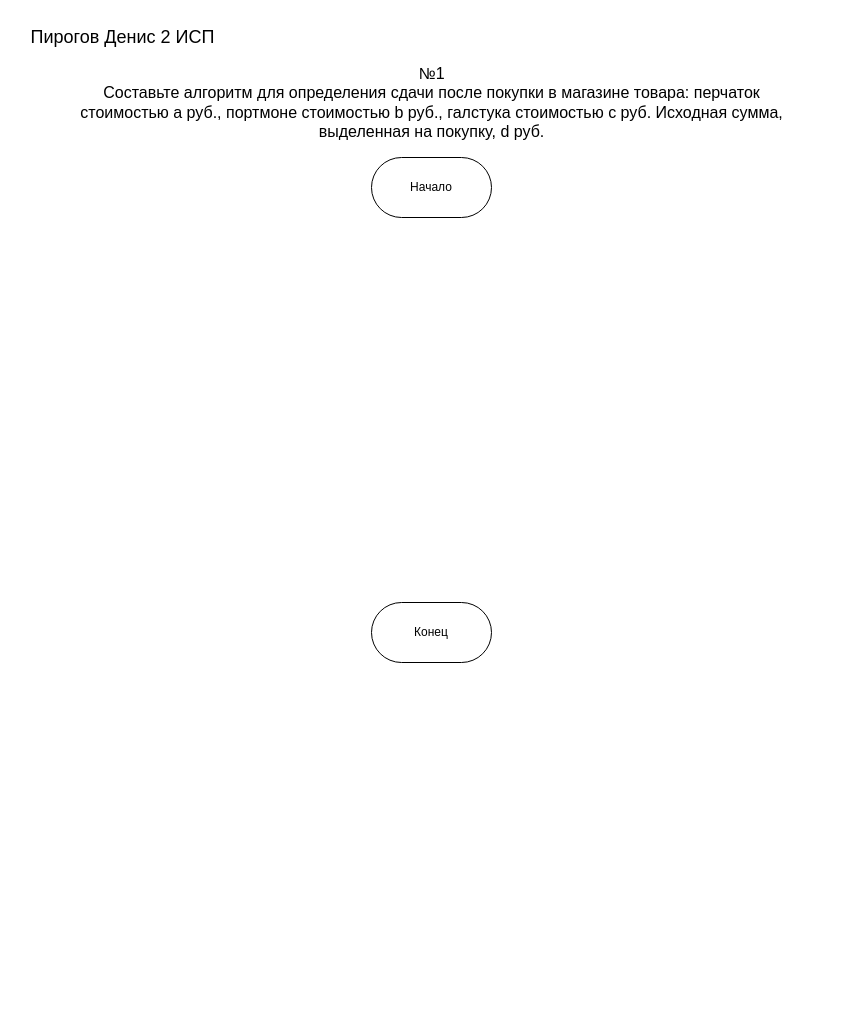
The draw.io diagram page "вариант 2 задание 7" (5 of 5) of pr2 and pr3/pr2.drawio in DeFis33/pr, before the edit. Source tidied: cells renumbered, new cells numbered last; positions are measured from the earlier drawing's top-left corner, leaving out a move shared by most shapes. Both pictures are drawn from the tidied source at 100%, with x=0, y=0 at pixel (17, 17).
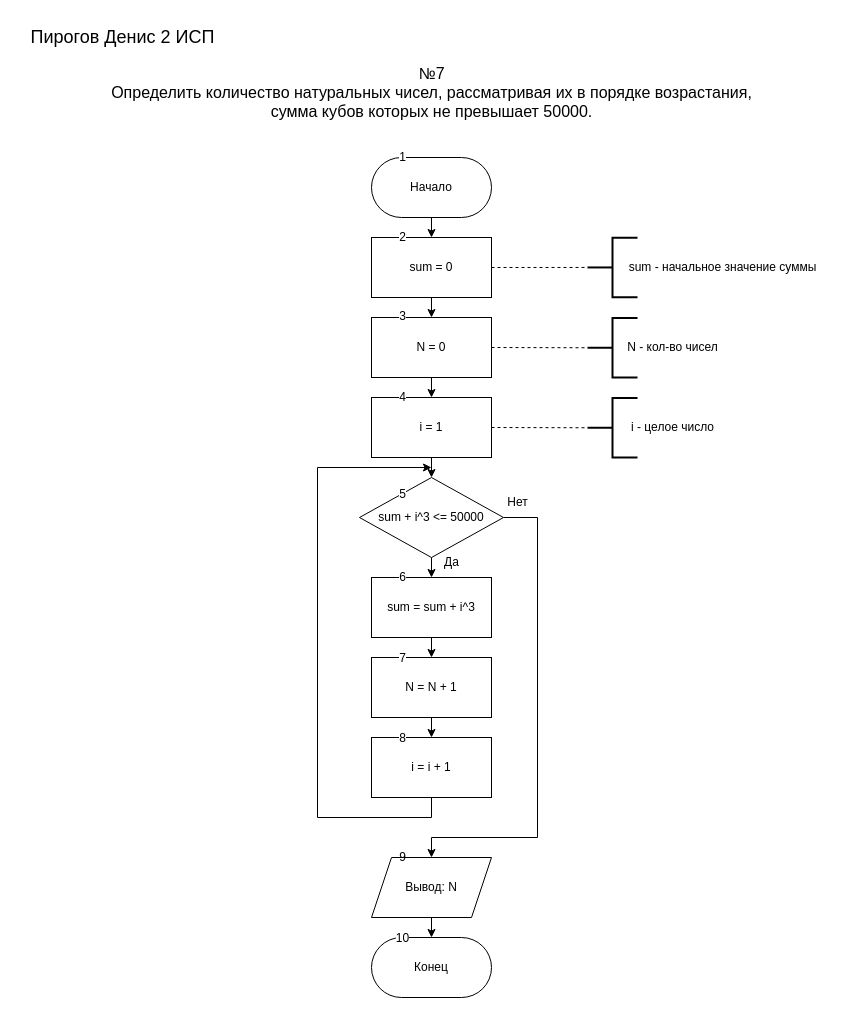
The same page after the edit.

The change refers to these unchanged cells:
```xml
<mxCell id="4" value="Начало" style="rounded=1;whiteSpace=wrap;html=1;arcSize=50;" parent="1" vertex="1">
  <mxGeometry x="354" y="140" width="120" height="60" as="geometry" />
</mxCell>
```

Diff of the diagram source:
```diff
@@
-    <mxCell id="3" value="&lt;font style=&quot;font-size: 16px;&quot;&gt;№1&lt;/font&gt;&lt;div style=&quot;font-size: 16px;&quot;&gt;&lt;font style=&quot;font-size: 16px;&quot;&gt;Составьте алгоритм для определения сдачи после покупки в магазине товара: перчаток&lt;/font&gt;&lt;/div&gt;&lt;div style=&quot;font-size: 16px;&quot;&gt;&lt;font style=&quot;font-size: 16px;&quot;&gt;стоимостью а руб., портмоне стоимостью b руб., галстука стоимостью с руб. Исходная сумма,&lt;/font&gt;&lt;/div&gt;&lt;div style=&quot;font-size: 16px;&quot;&gt;&lt;font style=&quot;font-size: 16px;&quot;&gt;выделенная на покупку, d руб.&lt;/font&gt;&lt;/div&gt;" style="text;html=1;align=center;verticalAlign=middle;" parent="1" vertex="1">
-      <mxGeometry x="49" y="40" width="730" height="90" as="geometry" />
+    <mxCell id="3" value="&lt;font style=&quot;font-size: 16px;&quot;&gt;№7&lt;/font&gt;&lt;div style=&quot;font-size: 16px;&quot;&gt;&lt;div&gt;Определить количество натуральных чисел, рассматривая их в порядке возрастания,&lt;/div&gt;&lt;div&gt;сумма кубов которых не превышает 50000.&lt;/div&gt;&lt;/div&gt;" style="text;html=1;align=center;verticalAlign=middle;" parent="1" vertex="1">
+      <mxGeometry x="84" y="40" width="660" height="70" as="geometry" />
     </mxCell>
+    <mxCell id="6" style="edgeStyle=orthogonalEdgeStyle;rounded=0;jettySize=auto;html=1;exitX=0.5;exitY=1;exitDx=0;exitDy=0;entryX=0.5;entryY=0;entryDx=0;entryDy=0;" parent="1" edge="1" source="4" target="9">
+      <mxGeometry relative="1" as="geometry" />
+    </mxCell>
@@
     <mxCell id="5" value="Конец" style="rounded=1;whiteSpace=wrap;html=1;arcSize=50;" parent="1" vertex="1">
-      <mxGeometry x="354" y="585" width="120" height="60" as="geometry" />
+      <mxGeometry x="354" y="920" width="120" height="60" as="geometry" />
     </mxCell>
+    <mxCell id="7" value="1" style="text;html=1;align=center;verticalAlign=middle;strokeColor=none;fillColor=none;labelBackgroundColor=default;" parent="1" vertex="1">
+      <mxGeometry x="370" y="125" width="30" height="30" as="geometry" />
+    </mxCell>
+    <mxCell id="8" style="edgeStyle=orthogonalEdgeStyle;rounded=0;jettySize=auto;html=1;exitX=0.5;exitY=1;exitDx=0;exitDy=0;entryX=0.5;entryY=0;entryDx=0;entryDy=0;" parent="1" edge="1" source="9" target="12">
+      <mxGeometry relative="1" as="geometry" />
+    </mxCell>
+    <mxCell id="9" value="sum = 0" style="rounded=0;whiteSpace=wrap;html=1;" parent="1" vertex="1">
+      <mxGeometry x="354" y="220" width="120" height="60" as="geometry" />
+    </mxCell>
+    <mxCell id="10" value="2" style="text;html=1;align=center;verticalAlign=middle;strokeColor=none;fillColor=none;labelBackgroundColor=default;" parent="1" vertex="1">
+      <mxGeometry x="370" y="205" width="30" height="30" as="geometry" />
+    </mxCell>
+    <mxCell id="11" style="edgeStyle=orthogonalEdgeStyle;rounded=0;jettySize=auto;html=1;exitX=0.5;exitY=1;exitDx=0;exitDy=0;entryX=0.5;entryY=0;entryDx=0;entryDy=0;" parent="1" edge="1" source="12" target="15">
+      <mxGeometry relative="1" as="geometry" />
+    </mxCell>
+    <mxCell id="12" value="N = 0" style="rounded=0;whiteSpace=wrap;html=1;" parent="1" vertex="1">
+      <mxGeometry x="354" y="300" width="120" height="60" as="geometry" />
+    </mxCell>
+    <mxCell id="13" value="3" style="text;html=1;align=center;verticalAlign=middle;strokeColor=none;fillColor=none;labelBackgroundColor=default;" parent="1" vertex="1">
+      <mxGeometry x="370" y="284" width="30" height="30" as="geometry" />
+    </mxCell>
+    <mxCell id="14" style="edgeStyle=orthogonalEdgeStyle;rounded=0;jettySize=auto;html=1;exitX=0.5;exitY=1;exitDx=0;exitDy=0;entryX=0.5;entryY=0;entryDx=0;entryDy=0;" parent="1" edge="1" source="15" target="28">
+      <mxGeometry relative="1" as="geometry" />
+    </mxCell>
+    <mxCell id="15" value="i = 1" style="rounded=0;whiteSpace=wrap;html=1;" parent="1" vertex="1">
+      <mxGeometry x="354" y="380" width="120" height="60" as="geometry" />
+    </mxCell>
+    <mxCell id="16" value="4" style="text;html=1;align=center;verticalAlign=middle;strokeColor=none;fillColor=none;labelBackgroundColor=default;" parent="1" vertex="1">
+      <mxGeometry x="370" y="365" width="30" height="30" as="geometry" />
+    </mxCell>
+    <mxCell id="17" style="strokeWidth=2;html=1;shape=mxgraph.flowchart.annotation_2;align=left;labelPosition=right;" parent="1" vertex="1">
+      <mxGeometry x="570" y="220.2" width="50" height="59.5" as="geometry" />
+    </mxCell>
+    <mxCell id="18" style="endArrow=none;dashed=1;html=1;rounded=0;entryX=0;entryY=0.5;entryDx=0;entryDy=0;entryPerimeter=0;exitX=1;exitY=0.5;exitDx=0;exitDy=0;" parent="1" edge="1" source="9" target="17">
+      <mxGeometry relative="1" as="geometry" />
+    </mxCell>
+    <mxCell id="19" value="sum - начальное значение суммы" style="text;html=1;align=center;verticalAlign=middle;strokeColor=none;fillColor=none;" parent="1" vertex="1">
+      <mxGeometry x="600" y="235" width="210" height="30" as="geometry" />
+    </mxCell>
+    <mxCell id="20" style="strokeWidth=2;html=1;shape=mxgraph.flowchart.annotation_2;align=left;labelPosition=right;" parent="1" vertex="1">
+      <mxGeometry x="570" y="300.5" width="50" height="59.5" as="geometry" />
+    </mxCell>
+    <mxCell id="21" style="endArrow=none;dashed=1;html=1;rounded=0;entryX=0;entryY=0.5;entryDx=0;entryDy=0;entryPerimeter=0;exitX=1;exitY=0.5;exitDx=0;exitDy=0;" parent="1" edge="1" source="12" target="20">
+      <mxGeometry relative="1" as="geometry" />
+    </mxCell>
+    <mxCell id="22" value="N - кол-во чисел" style="text;html=1;align=center;verticalAlign=middle;strokeColor=none;fillColor=none;" parent="1" vertex="1">
+      <mxGeometry x="600" y="315.2" width="110" height="30" as="geometry" />
+    </mxCell>
+    <mxCell id="23" style="strokeWidth=2;html=1;shape=mxgraph.flowchart.annotation_2;align=left;labelPosition=right;" parent="1" vertex="1">
+      <mxGeometry x="570" y="380.5" width="50" height="59.5" as="geometry" />
+    </mxCell>
+    <mxCell id="24" style="endArrow=none;dashed=1;html=1;rounded=0;entryX=0;entryY=0.5;entryDx=0;entryDy=0;entryPerimeter=0;exitX=1;exitY=0.5;exitDx=0;exitDy=0;" parent="1" edge="1" source="15" target="23">
+      <mxGeometry relative="1" as="geometry" />
+    </mxCell>
+    <mxCell id="25" value="i - целое число" style="text;html=1;align=center;verticalAlign=middle;strokeColor=none;fillColor=none;" parent="1" vertex="1">
+      <mxGeometry x="600" y="395.2" width="110" height="30" as="geometry" />
+    </mxCell>
+    <mxCell id="26" style="edgeStyle=orthogonalEdgeStyle;rounded=0;jettySize=auto;html=1;exitX=0.5;exitY=1;exitDx=0;exitDy=0;entryX=0.5;entryY=0;entryDx=0;entryDy=0;" parent="1" edge="1" source="28" target="31">
+      <mxGeometry relative="1" as="geometry" />
+    </mxCell>
+    <mxCell id="27" style="edgeStyle=orthogonalEdgeStyle;rounded=0;jettySize=auto;html=1;exitX=1;exitY=0.5;exitDx=0;exitDy=0;entryX=0.5;entryY=0;entryDx=0;entryDy=0;" parent="1" edge="1" source="28" target="43">
+      <mxGeometry relative="1" as="geometry">
+        <Array as="points">
+          <mxPoint x="520" y="500" />
+          <mxPoint x="520" y="820" />
+          <mxPoint x="414" y="820" />
+        </Array>
+      </mxGeometry>
+    </mxCell>
+    <mxCell id="28" value="sum + i^3 &amp;lt;= 50000" style="rhombus;whiteSpace=wrap;html=1;" parent="1" vertex="1">
+      <mxGeometry x="342" y="460" width="144" height="80" as="geometry" />
+    </mxCell>
+    <mxCell id="29" value="5" style="text;html=1;align=center;verticalAlign=middle;strokeColor=none;fillColor=none;labelBackgroundColor=default;" parent="1" vertex="1">
+      <mxGeometry x="370" y="462" width="30" height="30" as="geometry" />
+    </mxCell>
+    <mxCell id="30" style="edgeStyle=orthogonalEdgeStyle;rounded=0;jettySize=auto;html=1;exitX=0.5;exitY=1;exitDx=0;exitDy=0;entryX=0.5;entryY=0;entryDx=0;entryDy=0;" parent="1" edge="1" source="31" target="33">
+      <mxGeometry relative="1" as="geometry" />
+    </mxCell>
+    <mxCell id="31" value="sum = sum + i^3" style="rounded=0;whiteSpace=wrap;html=1;" parent="1" vertex="1">
+      <mxGeometry x="354" y="560" width="120" height="60" as="geometry" />
+    </mxCell>
+    <mxCell id="32" style="edgeStyle=orthogonalEdgeStyle;rounded=0;jettySize=auto;html=1;exitX=0.5;exitY=1;exitDx=0;exitDy=0;entryX=0.5;entryY=0;entryDx=0;entryDy=0;" parent="1" edge="1" source="33" target="35">
+      <mxGeometry relative="1" as="geometry" />
+    </mxCell>
+    <mxCell id="33" value="N = N + 1" style="rounded=0;whiteSpace=wrap;html=1;" parent="1" vertex="1">
+      <mxGeometry x="354" y="640" width="120" height="60" as="geometry" />
+    </mxCell>
+    <mxCell id="34" style="edgeStyle=orthogonalEdgeStyle;rounded=0;jettySize=auto;html=1;exitX=0.5;exitY=1;exitDx=0;exitDy=0;" parent="1" edge="1" source="35">
+      <mxGeometry relative="1" as="geometry">
+        <mxPoint x="414" y="450" as="targetPoint" />
+        <Array as="points">
+          <mxPoint x="414" y="800" />
+          <mxPoint x="300" y="800" />
+          <mxPoint x="300" y="450" />
+        </Array>
+      </mxGeometry>
+    </mxCell>
+    <mxCell id="35" value="i = i + 1" style="rounded=0;whiteSpace=wrap;html=1;" parent="1" vertex="1">
+      <mxGeometry x="354" y="720" width="120" height="60" as="geometry" />
+    </mxCell>
+    <mxCell id="36" value="6" style="text;html=1;align=center;verticalAlign=middle;strokeColor=none;fillColor=none;labelBackgroundColor=default;" parent="1" vertex="1">
+      <mxGeometry x="370" y="545" width="30" height="30" as="geometry" />
+    </mxCell>
+    <mxCell id="37" value="7" style="text;html=1;align=center;verticalAlign=middle;strokeColor=none;fillColor=none;labelBackgroundColor=default;" parent="1" vertex="1">
+      <mxGeometry x="370" y="626" width="30" height="30" as="geometry" />
+    </mxCell>
+    <mxCell id="38" value="8" style="text;html=1;align=center;verticalAlign=middle;strokeColor=none;fillColor=none;labelBackgroundColor=default;" parent="1" vertex="1">
+      <mxGeometry x="370" y="706" width="30" height="30" as="geometry" />
+    </mxCell>
+    <mxCell id="39" value="Да" style="text;html=1;align=center;verticalAlign=middle;strokeColor=none;fillColor=none;" parent="1" vertex="1">
+      <mxGeometry x="414" y="530" width="40" height="30" as="geometry" />
+    </mxCell>
+    <mxCell id="40" value="Нет" style="text;html=1;align=center;verticalAlign=middle;strokeColor=none;fillColor=none;" parent="1" vertex="1">
+      <mxGeometry x="480" y="470" width="40" height="30" as="geometry" />
+    </mxCell>
+    <mxCell id="41" value="10" style="text;html=1;align=center;verticalAlign=middle;strokeColor=none;fillColor=none;labelBackgroundColor=default;" parent="1" vertex="1">
+      <mxGeometry x="365" y="906" width="40" height="30" as="geometry" />
+    </mxCell>
+    <mxCell id="42" style="edgeStyle=orthogonalEdgeStyle;rounded=0;jettySize=auto;html=1;exitX=0.5;exitY=1;exitDx=0;exitDy=0;entryX=0.5;entryY=0;entryDx=0;entryDy=0;" parent="1" edge="1" source="43" target="5">
+      <mxGeometry relative="1" as="geometry" />
+    </mxCell>
+    <mxCell id="43" value="Вывод: N" style="shape=parallelogram;perimeter=parallelogramPerimeter;whiteSpace=wrap;html=1;fixedSize=1;" parent="1" vertex="1">
+      <mxGeometry x="354" y="840" width="120" height="60" as="geometry" />
+    </mxCell>
+    <mxCell id="44" value="9" style="text;html=1;align=center;verticalAlign=middle;strokeColor=none;fillColor=none;" parent="1" vertex="1">
+      <mxGeometry x="370" y="825" width="30" height="30" as="geometry" />
+    </mxCell>
```
